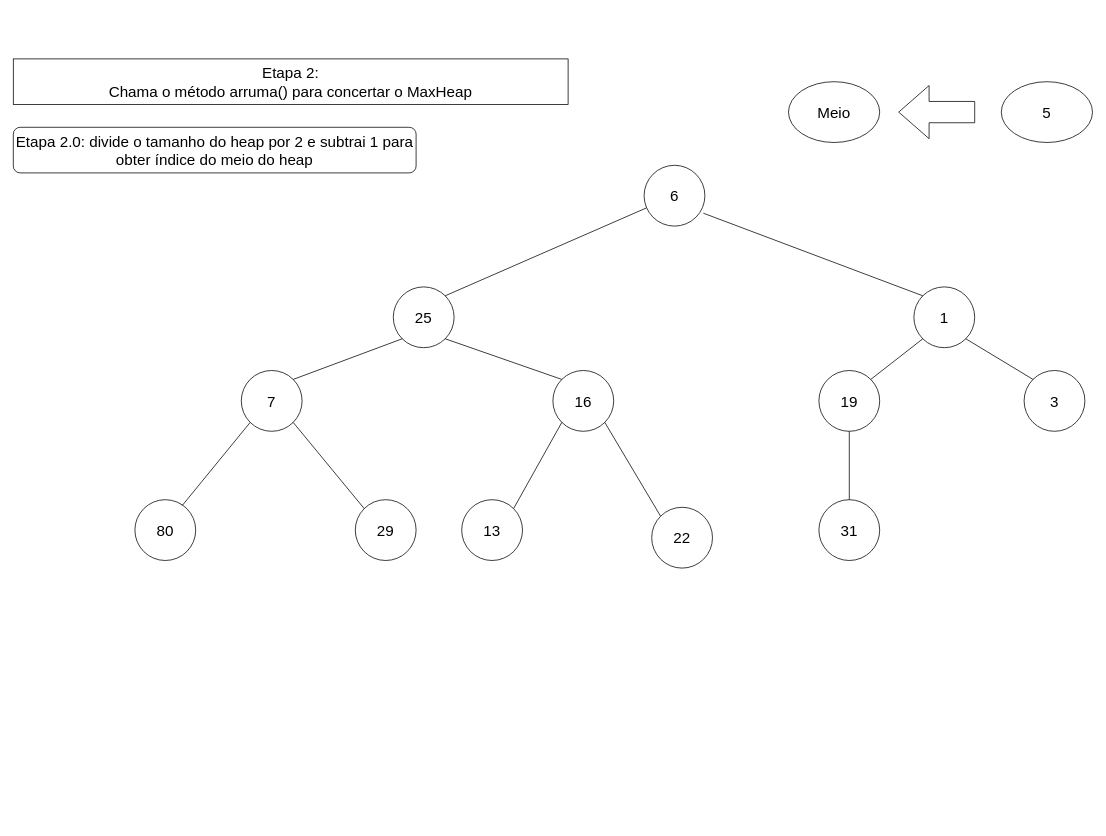
This is page "Etapa 2" (3 of 21) of Diagrama_Heap.drawio from Xang0/Diagramas-de-Estruturas-de-Dado, a draw.io file, before an edit. Source tidied: cells renumbered, new cells numbered last; positions are measured from the earlier drawing's top-left corner, leaving out a move shared by most shapes. Both pictures are drawn from the tidied source at 76%, with x=0, y=0 at pixel (13, 59).
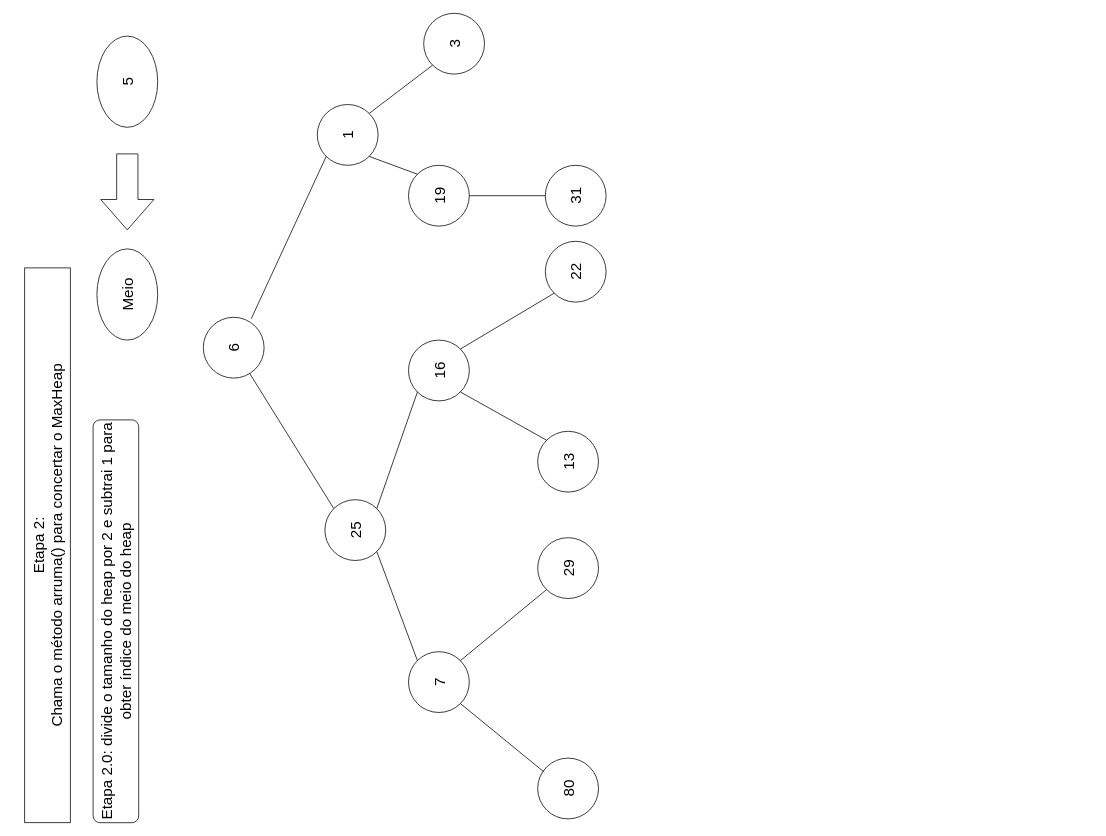
The same page after the edit.

The edit, as a diff of the source:
```diff
@@
+    <mxCell id="25" value="&lt;font style=&quot;font-size: 20px;&quot;&gt;Etapa 2:&lt;br&gt;Chama o método arruma() para concertar o MaxHeap&lt;br&gt;&lt;/font&gt;" style="rounded=0;whiteSpace=wrap;html=1;rotation=-90;" parent="1" vertex="1">
+      <mxGeometry x="-320" y="610" width="730" height="60" as="geometry" />
+    </mxCell>
+    <mxCell id="26" value="&lt;font style=&quot;font-size: 20px;&quot;&gt;Etapa 2.0: divide o tamanho do heap por 2 e subtrai 1 para obter índice do meio do heap&lt;br&gt;&lt;/font&gt;" style="rounded=1;whiteSpace=wrap;html=1;rotation=-90;" parent="1" vertex="1">
+      <mxGeometry x="-130" y="710" width="530" height="60" as="geometry" />
+    </mxCell>
+    <mxCell id="27" value="&lt;font style=&quot;font-size: 20px;&quot;&gt;Meio&lt;/font&gt;" style="ellipse;whiteSpace=wrap;html=1;rotation=-90;" parent="1" vertex="1">
+      <mxGeometry x="90" y="270" width="120" height="80" as="geometry" />
+    </mxCell>
+    <mxCell id="28" style="html=1;shadow=0;dashed=0;align=center;verticalAlign=middle;shape=mxgraph.arrows2.arrow;dy=0.6;dx=40;flipH=1;notch=0;rotation=-90;" parent="1" vertex="1">
+      <mxGeometry x="100" y="140" width="100" height="70" as="geometry" />
+    </mxCell>
+    <mxCell id="29" value="&lt;font style=&quot;font-size: 20px;&quot;&gt;5&lt;/font&gt;" style="ellipse;whiteSpace=wrap;html=1;rotation=-90;" parent="1" vertex="1">
+      <mxGeometry x="90" y="-10" width="120" height="80" as="geometry" />
+    </mxCell>
-    <mxCell id="2" value="&lt;font style=&quot;font-size: 20px;&quot;&gt;6&lt;/font&gt;" style="ellipse;whiteSpace=wrap;html=1;" parent="1" vertex="1">
-      <mxGeometry x="830" y="140" width="80" height="80" as="geometry" />
+    <mxCell id="2" value="&lt;font style=&quot;font-size: 20px;&quot;&gt;6&lt;/font&gt;" style="ellipse;whiteSpace=wrap;html=1;rotation=-90;" parent="1" vertex="1">
+      <mxGeometry x="250" y="340" width="80" height="80" as="geometry" />
     </mxCell>
-    <mxCell id="3" value="&lt;font style=&quot;font-size: 20px;&quot;&gt;25&lt;/font&gt;" style="ellipse;whiteSpace=wrap;html=1;" parent="1" vertex="1">
-      <mxGeometry x="500" y="300" width="80" height="80" as="geometry" />
+    <mxCell id="3" value="&lt;font style=&quot;font-size: 20px;&quot;&gt;25&lt;/font&gt;" style="ellipse;whiteSpace=wrap;html=1;rotation=-90;" parent="1" vertex="1">
+      <mxGeometry x="410" y="580" width="80" height="80" as="geometry" />
     </mxCell>
-    <mxCell id="4" value="&lt;font style=&quot;font-size: 20px;&quot;&gt;1&lt;/font&gt;" style="ellipse;whiteSpace=wrap;html=1;" parent="1" vertex="1">
-      <mxGeometry x="1185" y="300" width="80" height="80" as="geometry" />
+    <mxCell id="4" value="&lt;font style=&quot;font-size: 20px;&quot;&gt;1&lt;/font&gt;" style="ellipse;whiteSpace=wrap;html=1;rotation=-90;" parent="1" vertex="1">
+      <mxGeometry x="400" y="60" width="80" height="80" as="geometry" />
     </mxCell>
@@
-    <mxCell id="7" value="&lt;font style=&quot;font-size: 20px;&quot;&gt;7&lt;/font&gt;" style="ellipse;whiteSpace=wrap;html=1;" parent="1" vertex="1">
-      <mxGeometry x="300" y="410" width="80" height="80" as="geometry" />
+    <mxCell id="7" value="&lt;font style=&quot;font-size: 20px;&quot;&gt;7&lt;/font&gt;" style="ellipse;whiteSpace=wrap;html=1;rotation=-90;" parent="1" vertex="1">
+      <mxGeometry x="520" y="780" width="80" height="80" as="geometry" />
     </mxCell>
-    <mxCell id="8" value="&lt;font style=&quot;font-size: 20px;&quot;&gt;16&lt;/font&gt;" style="ellipse;whiteSpace=wrap;html=1;" parent="1" vertex="1">
-      <mxGeometry x="710" y="410" width="80" height="80" as="geometry" />
+    <mxCell id="8" value="&lt;font style=&quot;font-size: 20px;&quot;&gt;16&lt;/font&gt;" style="ellipse;whiteSpace=wrap;html=1;rotation=-90;" parent="1" vertex="1">
+      <mxGeometry x="520" y="370" width="80" height="80" as="geometry" />
     </mxCell>
@@
-    <mxCell id="11" value="&lt;font style=&quot;font-size: 20px;&quot;&gt;22&lt;/font&gt;" style="ellipse;whiteSpace=wrap;html=1;" parent="1" vertex="1">
-      <mxGeometry x="840" y="590" width="80" height="80" as="geometry" />
+    <mxCell id="11" value="&lt;font style=&quot;font-size: 20px;&quot;&gt;22&lt;/font&gt;" style="ellipse;whiteSpace=wrap;html=1;rotation=-90;" parent="1" vertex="1">
+      <mxGeometry x="700" y="240" width="80" height="80" as="geometry" />
     </mxCell>
-    <mxCell id="12" value="&lt;font style=&quot;font-size: 20px;&quot;&gt;13&lt;/font&gt;" style="ellipse;whiteSpace=wrap;html=1;" parent="1" vertex="1">
-      <mxGeometry x="590" y="580" width="80" height="80" as="geometry" />
+    <mxCell id="12" value="&lt;font style=&quot;font-size: 20px;&quot;&gt;13&lt;/font&gt;" style="ellipse;whiteSpace=wrap;html=1;rotation=-90;" parent="1" vertex="1">
+      <mxGeometry x="690" y="490" width="80" height="80" as="geometry" />
     </mxCell>
@@
-    <mxCell id="15" value="&lt;font style=&quot;font-size: 20px;&quot;&gt;29&lt;/font&gt;" style="ellipse;whiteSpace=wrap;html=1;" parent="1" vertex="1">
-      <mxGeometry x="450" y="580" width="80" height="80" as="geometry" />
+    <mxCell id="15" value="&lt;font style=&quot;font-size: 20px;&quot;&gt;29&lt;/font&gt;" style="ellipse;whiteSpace=wrap;html=1;rotation=-90;" parent="1" vertex="1">
+      <mxGeometry x="690" y="630" width="80" height="80" as="geometry" />
     </mxCell>
-    <mxCell id="16" value="&lt;font style=&quot;font-size: 20px;&quot;&gt;80&lt;/font&gt;" style="ellipse;whiteSpace=wrap;html=1;" parent="1" vertex="1">
-      <mxGeometry x="160" y="580" width="80" height="80" as="geometry" />
+    <mxCell id="16" value="&lt;font style=&quot;font-size: 20px;&quot;&gt;80&lt;/font&gt;" style="ellipse;whiteSpace=wrap;html=1;rotation=-90;" parent="1" vertex="1">
+      <mxGeometry x="690" y="920" width="80" height="80" as="geometry" />
     </mxCell>
@@
-    <mxCell id="19" value="&lt;font style=&quot;font-size: 20px;&quot;&gt;19&lt;/font&gt;" style="ellipse;whiteSpace=wrap;html=1;" parent="1" vertex="1">
-      <mxGeometry x="1060" y="410" width="80" height="80" as="geometry" />
+    <mxCell id="19" value="&lt;font style=&quot;font-size: 20px;&quot;&gt;19&lt;/font&gt;" style="ellipse;whiteSpace=wrap;html=1;rotation=-90;" parent="1" vertex="1">
+      <mxGeometry x="520" y="140" width="80" height="80" as="geometry" />
     </mxCell>
-    <mxCell id="20" value="&lt;font style=&quot;font-size: 20px;&quot;&gt;3&lt;/font&gt;" style="ellipse;whiteSpace=wrap;html=1;" parent="1" vertex="1">
-      <mxGeometry x="1330" y="410" width="80" height="80" as="geometry" />
+    <mxCell id="20" value="&lt;font style=&quot;font-size: 20px;&quot;&gt;3&lt;/font&gt;" style="ellipse;whiteSpace=wrap;html=1;rotation=-90;" parent="1" vertex="1">
+      <mxGeometry x="540" y="-60" width="80" height="80" as="geometry" />
     </mxCell>
@@
-    <mxCell id="23" value="&lt;font style=&quot;font-size: 20px;&quot;&gt;31&lt;/font&gt;" style="ellipse;whiteSpace=wrap;html=1;" parent="1" vertex="1">
-      <mxGeometry x="1060" y="580" width="80" height="80" as="geometry" />
+    <mxCell id="23" value="&lt;font style=&quot;font-size: 20px;&quot;&gt;31&lt;/font&gt;" style="ellipse;whiteSpace=wrap;html=1;rotation=-90;" parent="1" vertex="1">
+      <mxGeometry x="700" y="140" width="80" height="80" as="geometry" />
     </mxCell>
@@
-    <mxCell id="25" value="&lt;font style=&quot;font-size: 20px;&quot;&gt;Etapa 2:&lt;br&gt;Chama o método arruma() para concertar o MaxHeap&lt;br&gt;&lt;/font&gt;" style="rounded=0;whiteSpace=wrap;html=1;" parent="1" vertex="1">
-      <mxGeometry width="730" height="60" as="geometry" />
-    </mxCell>
-    <mxCell id="26" value="&lt;font style=&quot;font-size: 20px;&quot;&gt;Etapa 2.0: divide o tamanho do heap por 2 e subtrai 1 para obter índice do meio do heap&lt;br&gt;&lt;/font&gt;" style="rounded=1;whiteSpace=wrap;html=1;" parent="1" vertex="1">
-      <mxGeometry y="90" width="530" height="60" as="geometry" />
-    </mxCell>
-    <mxCell id="27" value="&lt;font style=&quot;font-size: 20px;&quot;&gt;Meio&lt;/font&gt;" style="ellipse;whiteSpace=wrap;html=1;" parent="1" vertex="1">
-      <mxGeometry x="1020" y="30" width="120" height="80" as="geometry" />
-    </mxCell>
-    <mxCell id="28" style="html=1;shadow=0;dashed=0;align=center;verticalAlign=middle;shape=mxgraph.arrows2.arrow;dy=0.6;dx=40;flipH=1;notch=0;" parent="1" vertex="1">
-      <mxGeometry x="1165" y="35" width="100" height="70" as="geometry" />
-    </mxCell>
-    <mxCell id="29" value="&lt;font style=&quot;font-size: 20px;&quot;&gt;5&lt;/font&gt;" style="ellipse;whiteSpace=wrap;html=1;" parent="1" vertex="1">
-      <mxGeometry x="1300" y="30" width="120" height="80" as="geometry" />
-    </mxCell>
```
